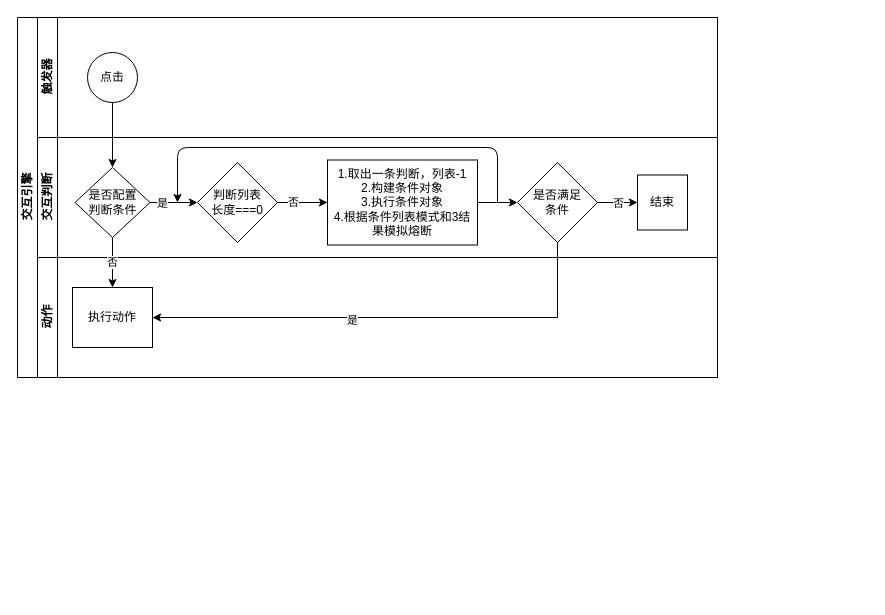
The draw.io diagram 交互判断.drawio in sdlbp/draw.io, before the edit. Source tidied: cells renumbered, new cells numbered last; positions are measured from the earlier drawing's top-left corner, leaving out a move shared by most shapes. Both pictures are drawn from the tidied source at 100%, with x=0, y=0 at pixel (17, 17).
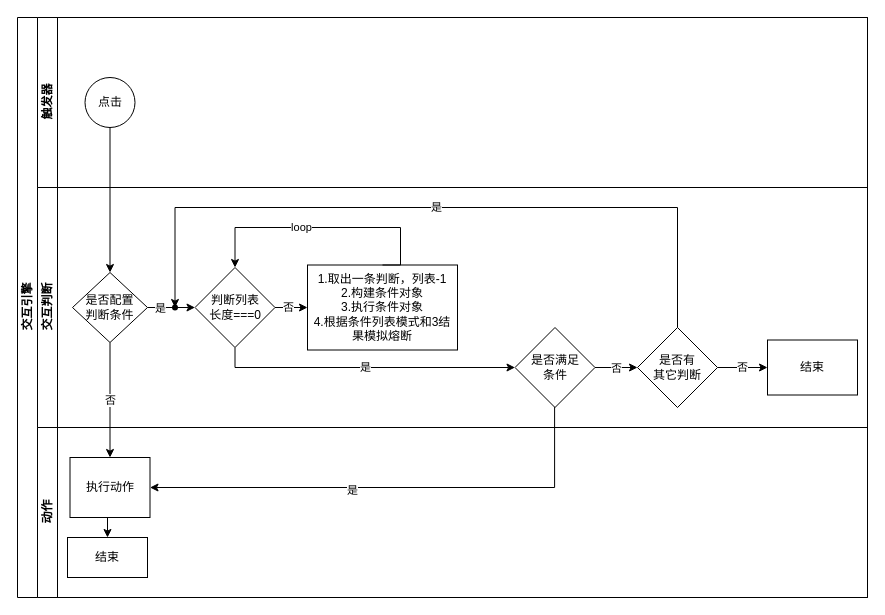
The same page after the edit.

What changed in the source:
```diff
@@
     <mxCell id="2" value="交互引擎" style="swimlane;html=1;horizontal=0;startSize=20;" parent="1" vertex="1">
-      <mxGeometry width="700" height="360" as="geometry" />
+      <mxGeometry width="850" height="580" as="geometry" />
     </mxCell>
     <mxCell id="3" value="触发器" style="swimlane;html=1;startSize=20;horizontal=0;" parent="2" vertex="1">
-      <mxGeometry x="20" width="680" height="120" as="geometry" />
+      <mxGeometry x="20" width="830" height="170" as="geometry" />
     </mxCell>
     <mxCell id="4" value="点击" style="ellipse;whiteSpace=wrap;html=1;" parent="3" vertex="1">
-      <mxGeometry x="50" y="35" width="50" height="50" as="geometry" />
+      <mxGeometry x="47.5" y="60" width="50" height="50" as="geometry" />
     </mxCell>
+    <mxCell id="20" style="edgeStyle=orthogonalEdgeStyle;rounded=0;jettySize=auto;html=1;entryX=0.5;entryY=0;entryDx=0;entryDy=0;" parent="2" edge="1" source="4" target="8">
+      <mxGeometry relative="1" as="geometry" />
+    </mxCell>
+    <mxCell id="21" value="否" style="edgeStyle=orthogonalEdgeStyle;rounded=0;jettySize=auto;html=1;entryX=0.5;entryY=0;entryDx=0;entryDy=0;" parent="2" edge="1" source="8" target="19">
+      <mxGeometry relative="1" as="geometry" />
+    </mxCell>
+    <mxCell id="22" style="edgeStyle=orthogonalEdgeStyle;rounded=0;jettySize=auto;html=1;entryX=1;entryY=0.5;entryDx=0;entryDy=0;exitX=0.495;exitY=0.968;exitDx=0;exitDy=0;exitPerimeter=0;" parent="2" edge="1" source="15" target="19">
+      <mxGeometry relative="1" as="geometry">
+        <Array as="points">
+          <mxPoint x="537" y="470" />
+        </Array>
+      </mxGeometry>
+    </mxCell>
+    <mxCell id="23" value="是" style="edgeLabel;html=1;align=center;verticalAlign=middle;" parent="22" vertex="1">
+      <mxGeometry x="0.17" y="2" relative="1" as="geometry" />
+    </mxCell>
     <mxCell id="5" value="交互判断" style="swimlane;html=1;startSize=20;horizontal=0;" parent="2" vertex="1">
-      <mxGeometry x="20" y="120" width="680" height="120" as="geometry" />
+      <mxGeometry x="20" y="170" width="830" height="240" as="geometry" />
     </mxCell>
@@
     <mxCell id="8" value="是否配置&lt;br&gt;判断条件" style="rhombus;whiteSpace=wrap;html=1;fontFamily=Helvetica;fontSize=12;fontColor=#000000;align=center;" parent="5" vertex="1">
-      <mxGeometry x="37.5" y="30" width="75" height="70" as="geometry" />
+      <mxGeometry x="35" y="85" width="75" height="70" as="geometry" />
     </mxCell>
+    <mxCell id="25" value="是" style="edgeStyle=orthogonalEdgeStyle;rounded=0;jettySize=auto;html=1;" parent="5" edge="1" source="11" target="15">
+      <mxGeometry relative="1" as="geometry">
+        <Array as="points">
+          <mxPoint x="198" y="180" />
+          <mxPoint x="518" y="180" />
+        </Array>
+      </mxGeometry>
+    </mxCell>
-    <mxCell id="9" style="edgeStyle=orthogonalEdgeStyle;rounded=0;jettySize=auto;html=1;" parent="5" edge="1" source="11" target="12">
-      <mxGeometry relative="1" as="geometry" />
+    <mxCell id="9" value="否" style="edgeStyle=orthogonalEdgeStyle;rounded=0;jettySize=auto;html=1;" parent="5" edge="1" source="11" target="12">
+      <mxGeometry x="0.16" relative="1" as="geometry" />
     </mxCell>
-    <mxCell id="10" value="否" style="edgeLabel;html=1;align=center;verticalAlign=middle;" parent="9" vertex="1">
-      <mxGeometry x="-0.4" y="1" relative="1" as="geometry" />
-    </mxCell>
     <mxCell id="11" value="判断列表&lt;br&gt;长度===0" style="rhombus;whiteSpace=wrap;html=1;" parent="5" vertex="1">
-      <mxGeometry x="160" y="25" width="80" height="80" as="geometry" />
+      <mxGeometry x="157.5" y="80" width="80" height="80" as="geometry" />
     </mxCell>
     <mxCell id="12" value="1.取出一条判断，列表-1&lt;br&gt;2.构建条件对象&lt;br&gt;3.执行条件对象&lt;br&gt;4.根据条件列表模式和3结果模拟熔断" style="whiteSpace=wrap;html=1;" parent="5" vertex="1">
-      <mxGeometry x="290" y="22.5" width="150" height="85" as="geometry" />
+      <mxGeometry x="270" y="77.5" width="150" height="85" as="geometry" />
     </mxCell>
-    <mxCell id="13" style="edgeStyle=orthogonalEdgeStyle;rounded=0;jettySize=auto;html=1;" parent="5" edge="1" source="15" target="17">
+    <mxCell id="13" style="edgeStyle=orthogonalEdgeStyle;rounded=0;jettySize=auto;html=1;" parent="5" edge="1" source="15" target="27">
       <mxGeometry relative="1" as="geometry" />
     </mxCell>
@@
     <mxCell id="15" value="是否满足&lt;br&gt;条件" style="rhombus;whiteSpace=wrap;html=1;" parent="5" vertex="1">
-      <mxGeometry x="480" y="25" width="80" height="80" as="geometry" />
+      <mxGeometry x="477.5" y="140" width="80" height="80" as="geometry" />
     </mxCell>
-    <mxCell id="16" style="edgeStyle=orthogonalEdgeStyle;rounded=0;jettySize=auto;html=1;entryX=0;entryY=0.5;entryDx=0;entryDy=0;entryPerimeter=0;" parent="5" edge="1" source="12" target="15">
-      <mxGeometry relative="1" as="geometry" />
-    </mxCell>
+    <mxCell id="26" value="否" style="edgeStyle=orthogonalEdgeStyle;rounded=0;jettySize=auto;html=1;" parent="5" edge="1" source="27" target="17">
+      <mxGeometry relative="1" as="geometry" />
+    </mxCell>
+    <mxCell id="27" value="是否有&lt;br&gt;其它判断" style="rhombus;whiteSpace=wrap;html=1;" parent="5" vertex="1">
+      <mxGeometry x="600" y="140" width="80" height="80" as="geometry" />
+    </mxCell>
     <mxCell id="17" value="结束" style="whiteSpace=wrap;html=1;" parent="5" vertex="1">
-      <mxGeometry x="600" y="37.5" width="50" height="55" as="geometry" />
+      <mxGeometry x="730" y="152.5" width="90" height="55" as="geometry" />
     </mxCell>
+    <mxCell id="28" value="loop" style="edgeStyle=orthogonalEdgeStyle;rounded=0;jettySize=auto;html=1;entryX=0.5;entryY=0;entryDx=0;entryDy=0;exitX=0.5;exitY=0;exitDx=0;exitDy=0;" parent="5" edge="1" source="12" target="11">
+      <mxGeometry x="0.19" relative="1" as="geometry">
+        <Array as="points">
+          <mxPoint x="363" y="78" />
+          <mxPoint x="363" y="40" />
+          <mxPoint x="198" y="40" />
+        </Array>
+      </mxGeometry>
+    </mxCell>
+    <mxCell id="29" style="shape=waypoint;sketch=0;fillStyle=solid;size=6;points=[];fillColor=none;perimeter=centerPerimeter;snapToPoint=1;" parent="5" vertex="1">
+      <mxGeometry x="117.5" y="100" width="40" height="40" as="geometry" />
+    </mxCell>
+    <mxCell id="30" value="是" style="edgeStyle=orthogonalEdgeStyle;rounded=0;jettySize=auto;html=1;entryX=0.462;entryY=0.609;entryDx=0;entryDy=0;entryPerimeter=0;exitX=0.5;exitY=0;exitDx=0;exitDy=0;" parent="5" edge="1" source="27" target="29">
+      <mxGeometry relative="1" as="geometry">
+        <Array as="points">
+          <mxPoint x="640" y="20" />
+          <mxPoint x="138" y="20" />
+          <mxPoint x="138" y="120" />
+        </Array>
+      </mxGeometry>
+    </mxCell>
     <mxCell id="18" value="动作" style="swimlane;html=1;startSize=20;horizontal=0;" parent="2" vertex="1">
-      <mxGeometry x="20" y="240" width="680" height="120" as="geometry" />
+      <mxGeometry x="20" y="410" width="830" height="170" as="geometry" />
     </mxCell>
+    <mxCell id="31" style="edgeStyle=orthogonalEdgeStyle;rounded=0;jettySize=auto;html=1;exitX=0.5;exitY=1;exitDx=0;exitDy=0;entryX=0.5;entryY=0;entryDx=0;entryDy=0;" parent="18" edge="1" source="19" target="32">
+      <mxGeometry relative="1" as="geometry" />
+    </mxCell>
     <mxCell id="19" value="执行动作" style="rounded=0;whiteSpace=wrap;html=1;fontFamily=Helvetica;fontSize=12;fontColor=#000000;align=center;" parent="18" vertex="1">
-      <mxGeometry x="35" y="30" width="80" height="60" as="geometry" />
+      <mxGeometry x="32.5" y="30" width="80" height="60" as="geometry" />
     </mxCell>
-    <mxCell id="20" style="edgeStyle=orthogonalEdgeStyle;rounded=0;jettySize=auto;html=1;entryX=0.5;entryY=0;entryDx=0;entryDy=0;" parent="2" edge="1" source="4" target="8">
-      <mxGeometry relative="1" as="geometry" />
-    </mxCell>
-    <mxCell id="21" value="否" style="edgeStyle=orthogonalEdgeStyle;rounded=0;jettySize=auto;html=1;entryX=0.5;entryY=0;entryDx=0;entryDy=0;" parent="2" edge="1" source="8" target="19">
-      <mxGeometry relative="1" as="geometry" />
-    </mxCell>
-    <mxCell id="22" style="edgeStyle=orthogonalEdgeStyle;rounded=0;jettySize=auto;html=1;entryX=1;entryY=0.5;entryDx=0;entryDy=0;" parent="2" edge="1" source="15" target="19">
-      <mxGeometry relative="1" as="geometry">
-        <Array as="points">
-          <mxPoint x="540" y="300" />
-        </Array>
-      </mxGeometry>
-    </mxCell>
-    <mxCell id="23" value="是" style="edgeLabel;html=1;align=center;verticalAlign=middle;" parent="22" vertex="1">
-      <mxGeometry x="0.17" y="2" relative="1" as="geometry" />
-    </mxCell>
-    <mxCell id="24" style="edgeStyle=elbowEdgeStyle;elbow=vertical;endArrow=classic;html=1;" parent="1" edge="1">
-      <mxGeometry relative="1" as="geometry">
-        <mxPoint x="480" y="185" as="sourcePoint" />
-        <mxPoint x="160" y="185" as="targetPoint" />
-        <Array as="points">
-          <mxPoint x="410" y="130" />
-        </Array>
-      </mxGeometry>
-    </mxCell>
+    <mxCell id="32" value="结束" style="rounded=0;whiteSpace=wrap;html=1;" parent="18" vertex="1">
+      <mxGeometry x="30" y="110" width="80" height="40" as="geometry" />
+    </mxCell>
```
